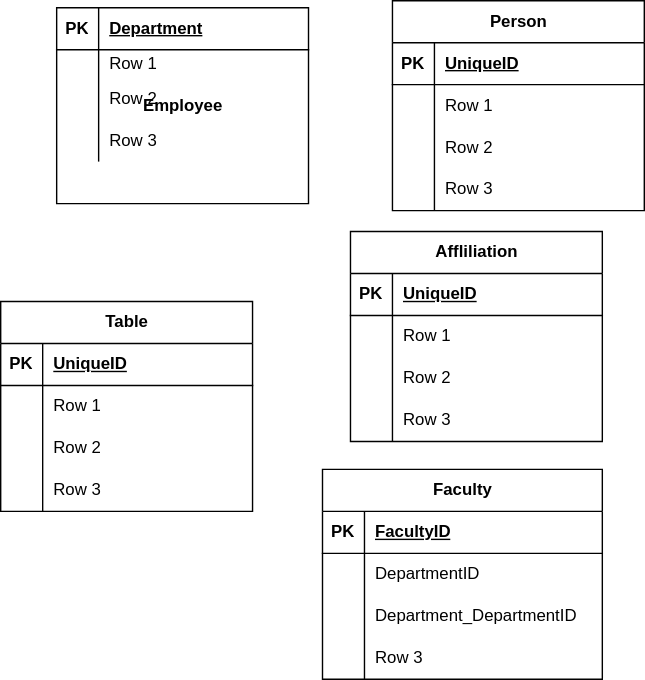
This is Untitled Diagram.drawio.svg from Priscile2/Diagrams, a draw.io export, as it was before one commit. Source tidied: cells renumbered, new cells last; positions are measured from the earlier drawing's top-left corner, leaving out a move shared by most shapes.
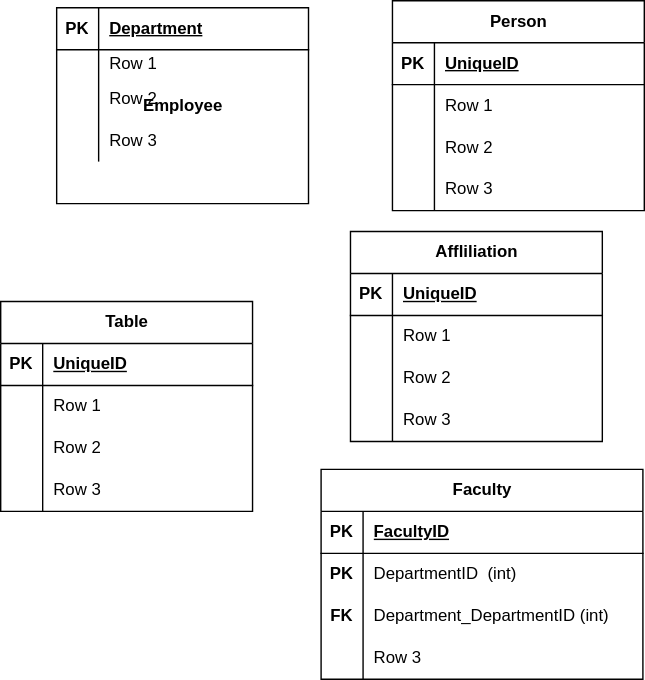
Above is the later version.

Change to the diagram source:
```diff
@@ -159,43 +159,43 @@
       <mxGeometry x="30" width="150" height="30" as="geometry" />
     </mxCell>
     <mxCell id="54" value="Faculty" style="shape=table;startSize=30;rowLines=0;fontStyle=1;align=center;html=1;" parent="1" vertex="1">
-      <mxGeometry x="230" y="335" width="200" height="150" as="geometry" />
+      <mxGeometry x="229" y="335" width="230" height="150" as="geometry" />
     </mxCell>
     <mxCell id="55" style="shape=tableRow;horizontal=0;startSize=0;swimlaneHead=0;swimlaneBody=0;fillColor=none;top=0;left=0;right=0;bottom=1;" parent="54" vertex="1">
-      <mxGeometry y="30" width="200" height="30" as="geometry" />
+      <mxGeometry y="30" width="230" height="30" as="geometry" />
     </mxCell>
     <mxCell id="56" value="PK" style="shape=partialRectangle;fillColor=none;top=0;left=0;bottom=0;right=0;fontStyle=1;overflow=hidden;whiteSpace=wrap;html=1;" parent="55" vertex="1">
       <mxGeometry width="30" height="30" as="geometry" />
     </mxCell>
     <mxCell id="57" value="FacultyID" style="shape=partialRectangle;fillColor=none;top=0;left=0;bottom=0;right=0;align=left;spacingLeft=6;fontStyle=5;overflow=hidden;whiteSpace=wrap;html=1;" parent="55" vertex="1">
-      <mxGeometry x="30" width="170" height="30" as="geometry" />
+      <mxGeometry x="30" width="200" height="30" as="geometry" />
     </mxCell>
     <mxCell id="58" style="shape=tableRow;horizontal=0;startSize=0;swimlaneHead=0;swimlaneBody=0;fillColor=none;top=0;left=0;right=0;bottom=0;" parent="54" vertex="1">
-      <mxGeometry y="60" width="200" height="30" as="geometry" />
+      <mxGeometry y="60" width="230" height="30" as="geometry" />
     </mxCell>
-    <mxCell id="59" style="shape=partialRectangle;fillColor=none;top=0;left=0;bottom=0;right=0;overflow=hidden;whiteSpace=wrap;html=1;" parent="58" vertex="1">
+    <mxCell id="59" value="&lt;b&gt;PK&lt;/b&gt;" style="shape=partialRectangle;fillColor=none;top=0;left=0;bottom=0;right=0;overflow=hidden;whiteSpace=wrap;html=1;" parent="58" vertex="1">
       <mxGeometry width="30" height="30" as="geometry" />
     </mxCell>
-    <mxCell id="60" value="DepartmentID" style="shape=partialRectangle;fillColor=none;top=0;left=0;bottom=0;right=0;align=left;spacingLeft=6;overflow=hidden;whiteSpace=wrap;html=1;" parent="58" vertex="1">
-      <mxGeometry x="30" width="170" height="30" as="geometry" />
+    <mxCell id="60" value="DepartmentID&amp;nbsp; (int)" style="shape=partialRectangle;fillColor=none;top=0;left=0;bottom=0;right=0;align=left;spacingLeft=6;overflow=hidden;whiteSpace=wrap;html=1;" parent="58" vertex="1">
+      <mxGeometry x="30" width="200" height="30" as="geometry" />
     </mxCell>
     <mxCell id="61" style="shape=tableRow;horizontal=0;startSize=0;swimlaneHead=0;swimlaneBody=0;fillColor=none;top=0;left=0;right=0;bottom=0;" parent="54" vertex="1">
-      <mxGeometry y="90" width="200" height="30" as="geometry" />
+      <mxGeometry y="90" width="230" height="30" as="geometry" />
     </mxCell>
-    <mxCell id="62" style="shape=partialRectangle;fillColor=none;top=0;left=0;bottom=0;right=0;overflow=hidden;whiteSpace=wrap;html=1;" parent="61" vertex="1">
+    <mxCell id="62" value="&lt;b&gt;FK&lt;/b&gt;" style="shape=partialRectangle;fillColor=none;top=0;left=0;bottom=0;right=0;overflow=hidden;whiteSpace=wrap;html=1;" parent="61" vertex="1">
       <mxGeometry width="30" height="30" as="geometry" />
     </mxCell>
-    <mxCell id="63" value="Department_DepartmentID" style="shape=partialRectangle;fillColor=none;top=0;left=0;bottom=0;right=0;align=left;spacingLeft=6;overflow=hidden;whiteSpace=wrap;html=1;" parent="61" vertex="1">
-      <mxGeometry x="30" width="170" height="30" as="geometry" />
+    <mxCell id="63" value="Department_DepartmentID (int)" style="shape=partialRectangle;fillColor=none;top=0;left=0;bottom=0;right=0;align=left;spacingLeft=6;overflow=hidden;whiteSpace=wrap;html=1;" parent="61" vertex="1">
+      <mxGeometry x="30" width="200" height="30" as="geometry" />
     </mxCell>
     <mxCell id="64" style="shape=tableRow;horizontal=0;startSize=0;swimlaneHead=0;swimlaneBody=0;fillColor=none;top=0;left=0;right=0;bottom=0;" parent="54" vertex="1">
-      <mxGeometry y="120" width="200" height="30" as="geometry" />
+      <mxGeometry y="120" width="230" height="30" as="geometry" />
     </mxCell>
     <mxCell id="65" style="shape=partialRectangle;fillColor=none;top=0;left=0;bottom=0;right=0;overflow=hidden;whiteSpace=wrap;html=1;" parent="64" vertex="1">
       <mxGeometry width="30" height="30" as="geometry" />
     </mxCell>
     <mxCell id="66" value="Row 3" style="shape=partialRectangle;fillColor=none;top=0;left=0;bottom=0;right=0;align=left;spacingLeft=6;overflow=hidden;whiteSpace=wrap;html=1;" parent="64" vertex="1">
-      <mxGeometry x="30" width="170" height="30" as="geometry" />
+      <mxGeometry x="30" width="200" height="30" as="geometry" />
     </mxCell>
   </root>
 </mxGraphModel>
```
